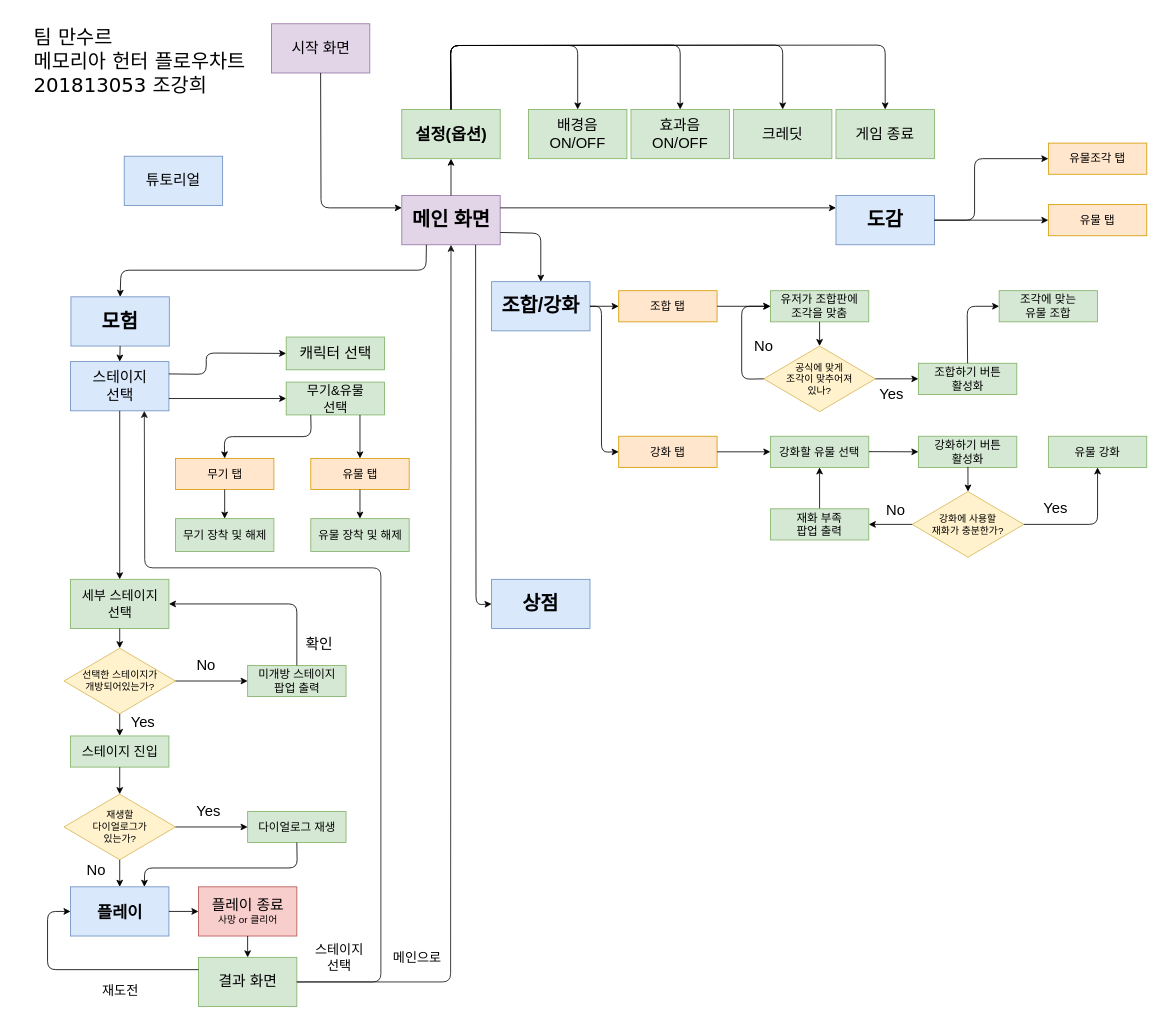
The draw.io diagram Untitled Diagram.drawio in dinenki71/UI, before the edit. Source tidied: cells renumbered, new cells numbered last; positions are measured from the earlier drawing's top-left corner, leaving out a move shared by most shapes. Both pictures are drawn from the tidied source at 82%, with x=0, y=0 at pixel (14, 14).
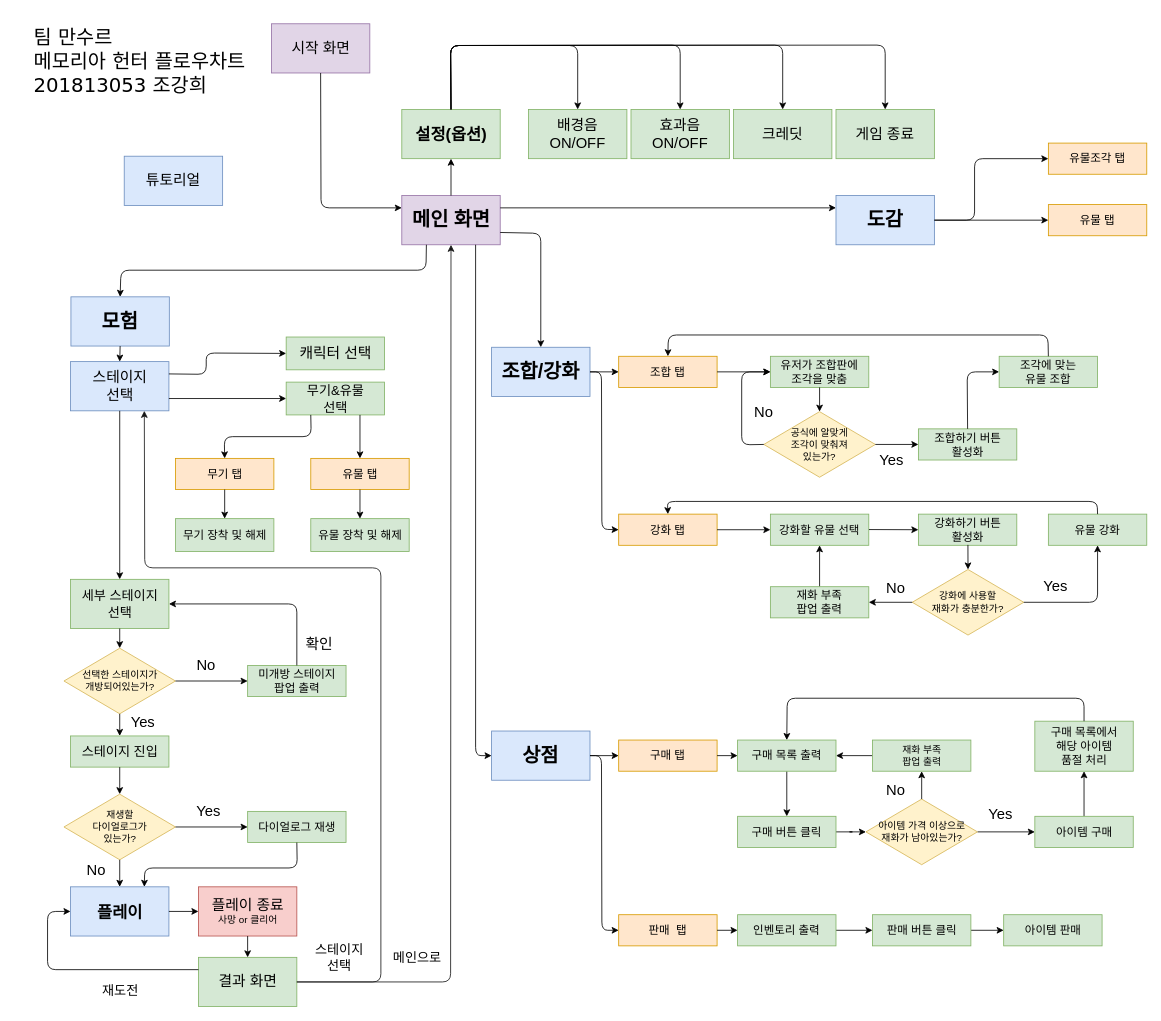
The same diagram, later.

The change refers to these unchanged cells:
```xml
<mxCell id="5" value="&lt;font style=&quot;font-size: 24px&quot;&gt;&lt;b&gt;메인 화면&lt;/b&gt;&lt;/font&gt;" style="rounded=0;whiteSpace=wrap;html=1;fillColor=#e1d5e7;strokeColor=#9673a6;" parent="1" vertex="1">
  <mxGeometry x="472.5" y="221" width="120" height="60" as="geometry" />
</mxCell>
```

What changed in the source:
```diff
@@
     <mxCell id="7" value="&lt;font size=&quot;1&quot;&gt;&lt;b style=&quot;font-size: 24px&quot;&gt;상점&lt;/b&gt;&lt;/font&gt;" style="rounded=0;whiteSpace=wrap;html=1;fillColor=#dae8fc;strokeColor=#6c8ebf;" parent="1" vertex="1">
-      <mxGeometry x="582" y="689" width="120" height="60" as="geometry" />
+      <mxGeometry x="582" y="874" width="120" height="60" as="geometry" />
     </mxCell>
@@
     <mxCell id="9" value="&lt;font&gt;&lt;font style=&quot;font-size: 24px&quot;&gt;&lt;b&gt;조합/강화&lt;/b&gt;&lt;/font&gt;&lt;/font&gt;" style="rounded=0;whiteSpace=wrap;html=1;fillColor=#dae8fc;strokeColor=#6c8ebf;" parent="1" vertex="1">
-      <mxGeometry x="582" y="326" width="120" height="60" as="geometry" />
+      <mxGeometry x="582" y="406" width="120" height="60" as="geometry" />
     </mxCell>
@@
     <mxCell id="67" style="endArrow=classic;html=1;strokeColor=#000000;exitX=0.75;exitY=1;exitDx=0;exitDy=0;entryX=0;entryY=0.5;entryDx=0;entryDy=0;" parent="1" edge="1" source="5" target="7">
       <mxGeometry relative="1" as="geometry">
         <Array as="points">
-          <mxPoint x="563" y="720" />
+          <mxPoint x="562.5" y="904" />
         </Array>
       </mxGeometry>
     </mxCell>
@@
     <mxCell id="72" value="&lt;font style=&quot;font-size: 14px&quot;&gt;강화 탭&lt;/font&gt;" style="rounded=0;whiteSpace=wrap;html=1;fillColor=#ffe6cc;strokeColor=#d79b00;" parent="1" vertex="1">
-      <mxGeometry x="737" y="514.5" width="120" height="38" as="geometry" />
+      <mxGeometry x="737" y="609.5" width="120" height="38" as="geometry" />
     </mxCell>
     <mxCell id="73" value="&lt;font style=&quot;font-size: 14px&quot;&gt;조합 탭&lt;/font&gt;" style="rounded=0;whiteSpace=wrap;html=1;fillColor=#ffe6cc;strokeColor=#d79b00;" parent="1" vertex="1">
-      <mxGeometry x="737" y="337" width="120" height="38" as="geometry" />
+      <mxGeometry x="737" y="417" width="120" height="38" as="geometry" />
     </mxCell>
@@
     <mxCell id="75" style="endArrow=classic;html=1;strokeColor=#000000;entryX=0;entryY=0.5;entryDx=0;entryDy=0;exitX=1;exitY=0.5;exitDx=0;exitDy=0;" parent="1" edge="1" source="9" target="72">
       <mxGeometry relative="1" as="geometry">
         <Array as="points">
-          <mxPoint x="716" y="356" />
-          <mxPoint x="716" y="534" />
+          <mxPoint x="716" y="436" />
+          <mxPoint x="716.5" y="628" />
         </Array>
       </mxGeometry>
     </mxCell>
-    <mxCell id="76" value="&lt;font style=&quot;font-size: 12px&quot;&gt;공식에 맞게&lt;br&gt;조각이 맞추어져&lt;br&gt;있나?&lt;/font&gt;&lt;br&gt;" style="rhombus;whiteSpace=wrap;html=1;fillColor=#fff2cc;strokeColor=#d6b656;" parent="1" vertex="1">
-      <mxGeometry x="914" y="404.5" width="136" height="80" as="geometry" />
+    <mxCell id="76" value="&lt;font style=&quot;font-size: 12px&quot;&gt;공식에 알맞게&lt;br&gt;조각이 맞춰져&lt;br&gt;있는가?&lt;/font&gt;&lt;br&gt;" style="rhombus;whiteSpace=wrap;html=1;fillColor=#fff2cc;strokeColor=#d6b656;" parent="1" vertex="1">
+      <mxGeometry x="914" y="484.5" width="136" height="80" as="geometry" />
     </mxCell>
     <mxCell id="77" value="&lt;span style=&quot;font-size: 14px&quot;&gt;유저가 조합판에&lt;br&gt;&lt;/span&gt;&lt;font style=&quot;font-size: 14px&quot;&gt;조각을 맞춤&lt;/font&gt;&lt;br&gt;" style="rounded=0;whiteSpace=wrap;html=1;fillColor=#d5e8d4;strokeColor=#82b366;" parent="1" vertex="1">
-      <mxGeometry x="922" y="337" width="120" height="38" as="geometry" />
+      <mxGeometry x="922" y="417" width="120" height="38" as="geometry" />
     </mxCell>
     <mxCell id="78" value="&lt;span style=&quot;font-size: 14px&quot;&gt;강화할 유물 선택&lt;/span&gt;&lt;br&gt;" style="rounded=0;whiteSpace=wrap;html=1;fillColor=#d5e8d4;strokeColor=#82b366;" parent="1" vertex="1">
-      <mxGeometry x="922" y="514.5" width="120" height="38" as="geometry" />
+      <mxGeometry x="922" y="609.5" width="120" height="38" as="geometry" />
     </mxCell>
@@
     <mxCell id="82" value="&lt;font style=&quot;font-size: 18px&quot;&gt;No&lt;/font&gt;" style="text;html=1;strokeColor=none;fillColor=none;align=center;verticalAlign=middle;whiteSpace=wrap;rounded=0;" parent="1" vertex="1">
-      <mxGeometry x="894" y="394.5" width="40" height="20" as="geometry" />
+      <mxGeometry x="894" y="474.5" width="40" height="20" as="geometry" />
     </mxCell>
     <mxCell id="83" value="&lt;font style=&quot;font-size: 18px&quot;&gt;Yes&lt;/font&gt;" style="text;html=1;strokeColor=none;fillColor=none;align=center;verticalAlign=middle;whiteSpace=wrap;rounded=0;" parent="1" vertex="1">
-      <mxGeometry x="1050" y="453.5" width="40" height="20" as="geometry" />
+      <mxGeometry x="1050" y="533.5" width="40" height="20" as="geometry" />
     </mxCell>
     <mxCell id="84" style="endArrow=classic;html=1;strokeColor=#000000;exitX=0;exitY=0.5;exitDx=0;exitDy=0;entryX=0;entryY=0.5;entryDx=0;entryDy=0;" parent="1" edge="1" source="76" target="77">
       <mxGeometry relative="1" as="geometry">
         <Array as="points">
-          <mxPoint x="887" y="445" />
-          <mxPoint x="887" y="356" />
+          <mxPoint x="887" y="525" />
+          <mxPoint x="887" y="436" />
         </Array>
       </mxGeometry>
     </mxCell>
     <mxCell id="85" value="&lt;font style=&quot;font-size: 14px&quot;&gt;조합하기 버튼&lt;br&gt;활성화&lt;/font&gt;&lt;br&gt;" style="rounded=0;whiteSpace=wrap;html=1;fillColor=#d5e8d4;strokeColor=#82b366;" parent="1" vertex="1">
-      <mxGeometry x="1102.5" y="425.5" width="120" height="38" as="geometry" />
+      <mxGeometry x="1102.5" y="505.5" width="120" height="38" as="geometry" />
     </mxCell>
@@
     <mxCell id="87" style="endArrow=classic;html=1;strokeColor=#000000;exitX=0.5;exitY=0;exitDx=0;exitDy=0;entryX=0;entryY=0.5;entryDx=0;entryDy=0;" parent="1" edge="1" source="85" target="88">
       <mxGeometry relative="1" as="geometry">
         <Array as="points">
-          <mxPoint x="1162" y="356" />
+          <mxPoint x="1162" y="436" />
         </Array>
       </mxGeometry>
     </mxCell>
     <mxCell id="88" value="&lt;font style=&quot;font-size: 14px&quot;&gt;조각에 맞는&lt;br&gt;유물 조합&lt;/font&gt;&lt;br&gt;" style="rounded=0;whiteSpace=wrap;html=1;fillColor=#d5e8d4;strokeColor=#82b366;" parent="1" vertex="1">
-      <mxGeometry x="1201" y="337" width="120" height="38" as="geometry" />
+      <mxGeometry x="1201" y="417" width="120" height="38" as="geometry" />
     </mxCell>
     <mxCell id="89" style="endArrow=classic;html=1;strokeColor=#000000;entryX=0;entryY=0.5;entryDx=0;entryDy=0;exitX=1;exitY=0.5;exitDx=0;exitDy=0;" parent="1" edge="1" target="90">
       <mxGeometry relative="1" as="geometry">
-        <mxPoint x="1042.2" y="533.3" as="sourcePoint" />
+        <mxPoint x="1042.2" y="628.3" as="sourcePoint" />
       </mxGeometry>
     </mxCell>
     <mxCell id="90" value="&lt;font style=&quot;font-size: 14px&quot;&gt;강화하기 버튼&lt;br&gt;활성화&lt;/font&gt;&lt;br&gt;" style="rounded=0;whiteSpace=wrap;html=1;fillColor=#d5e8d4;strokeColor=#82b366;" parent="1" vertex="1">
-      <mxGeometry x="1102.5" y="514.5" width="120" height="38" as="geometry" />
+      <mxGeometry x="1102.5" y="609.5" width="120" height="38" as="geometry" />
     </mxCell>
     <mxCell id="91" value="&lt;font style=&quot;font-size: 12px&quot;&gt;강화에 사용할&lt;br&gt;재화가 충분한가?&lt;/font&gt;&lt;br&gt;" style="rhombus;whiteSpace=wrap;html=1;fillColor=#fff2cc;strokeColor=#d6b656;" parent="1" vertex="1">
-      <mxGeometry x="1095" y="582" width="136" height="80" as="geometry" />
+      <mxGeometry x="1095" y="677" width="136" height="80" as="geometry" />
     </mxCell>
     <mxCell id="92" style="endArrow=classic;html=1;strokeColor=#000000;exitX=0.5;exitY=1;exitDx=0;exitDy=0;entryX=0.5;entryY=0;entryDx=0;entryDy=0;" parent="1" edge="1" target="91">
       <mxGeometry relative="1" as="geometry">
-        <mxPoint x="1162.9" y="552" as="sourcePoint" />
+        <mxPoint x="1162.9" y="647" as="sourcePoint" />
       </mxGeometry>
     </mxCell>
@@
     <mxCell id="94" value="&lt;span style=&quot;font-size: 14px&quot;&gt;유물 강화&lt;/span&gt;&lt;br&gt;" style="rounded=0;whiteSpace=wrap;html=1;fillColor=#d5e8d4;strokeColor=#82b366;" parent="1" vertex="1">
-      <mxGeometry x="1261" y="514.5" width="120" height="38" as="geometry" />
+      <mxGeometry x="1261" y="609.5" width="120" height="38" as="geometry" />
     </mxCell>
     <mxCell id="95" value="&lt;span style=&quot;font-size: 14px&quot;&gt;재화 부족&lt;br&gt;팝업 출력&lt;/span&gt;&lt;br&gt;" style="rounded=0;whiteSpace=wrap;html=1;fillColor=#d5e8d4;strokeColor=#82b366;" parent="1" vertex="1">
-      <mxGeometry x="922" y="603" width="120" height="38" as="geometry" />
+      <mxGeometry x="922" y="698" width="120" height="38" as="geometry" />
     </mxCell>
@@
     <mxCell id="97" value="&lt;font style=&quot;font-size: 18px&quot;&gt;No&lt;/font&gt;" style="text;html=1;strokeColor=none;fillColor=none;align=center;verticalAlign=middle;whiteSpace=wrap;rounded=0;" parent="1" vertex="1">
-      <mxGeometry x="1055" y="595" width="40" height="20" as="geometry" />
+      <mxGeometry x="1055" y="690" width="40" height="20" as="geometry" />
     </mxCell>
     <mxCell id="98" style="endArrow=classic;html=1;strokeColor=#000000;entryX=0.5;entryY=1;entryDx=0;entryDy=0;exitX=1;exitY=0.5;exitDx=0;exitDy=0;" parent="1" edge="1" source="91" target="94">
       <mxGeometry relative="1" as="geometry">
         <Array as="points">
-          <mxPoint x="1321" y="622" />
+          <mxPoint x="1321" y="717" />
         </Array>
       </mxGeometry>
     </mxCell>
     <mxCell id="99" value="&lt;font style=&quot;font-size: 18px&quot;&gt;Yes&lt;/font&gt;" style="text;html=1;strokeColor=none;fillColor=none;align=center;verticalAlign=middle;whiteSpace=wrap;rounded=0;" parent="1" vertex="1">
-      <mxGeometry x="1250" y="593" width="40" height="20" as="geometry" />
+      <mxGeometry x="1250" y="688" width="40" height="20" as="geometry" />
     </mxCell>
@@
+    <mxCell id="102" value="&lt;font style=&quot;font-size: 14px&quot;&gt;판매&amp;nbsp; 탭&lt;/font&gt;" style="rounded=0;whiteSpace=wrap;html=1;fillColor=#ffe6cc;strokeColor=#d79b00;" parent="1" vertex="1">
+      <mxGeometry x="737" y="1098" width="120" height="38" as="geometry" />
+    </mxCell>
+    <mxCell id="103" value="&lt;font style=&quot;font-size: 14px&quot;&gt;구매 탭&lt;/font&gt;" style="rounded=0;whiteSpace=wrap;html=1;fillColor=#ffe6cc;strokeColor=#d79b00;" parent="1" vertex="1">
+      <mxGeometry x="737" y="885" width="120" height="38" as="geometry" />
+    </mxCell>
+    <mxCell id="104" style="endArrow=classic;html=1;strokeColor=#000000;exitX=1;exitY=0.5;exitDx=0;exitDy=0;entryX=0;entryY=0.5;entryDx=0;entryDy=0;" parent="1" edge="1" source="7" target="103">
+      <mxGeometry relative="1" as="geometry" />
+    </mxCell>
+    <mxCell id="105" style="endArrow=classic;html=1;strokeColor=#000000;exitX=1;exitY=0.5;exitDx=0;exitDy=0;entryX=0;entryY=0.5;entryDx=0;entryDy=0;" parent="1" edge="1" source="7" target="102">
+      <mxGeometry relative="1" as="geometry">
+        <Array as="points">
+          <mxPoint x="716" y="904" />
+          <mxPoint x="716.5" y="1117" />
+        </Array>
+      </mxGeometry>
+    </mxCell>
+    <mxCell id="106" style="edgeStyle=orthogonalEdgeStyle;rounded=0;jettySize=auto;html=1;strokeColor=#000000;" parent="1" edge="1" source="107" target="113">
+      <mxGeometry relative="1" as="geometry" />
+    </mxCell>
+    <mxCell id="107" value="&lt;span style=&quot;font-size: 14px&quot;&gt;구매 목록 출력&lt;/span&gt;&lt;br&gt;" style="rounded=0;whiteSpace=wrap;html=1;fillColor=#d5e8d4;strokeColor=#82b366;" parent="1" vertex="1">
+      <mxGeometry x="882" y="885" width="120" height="38" as="geometry" />
+    </mxCell>
+    <mxCell id="108" style="edgeStyle=orthogonalEdgeStyle;rounded=0;jettySize=auto;html=1;strokeColor=#000000;" parent="1" edge="1" source="109" target="128">
+      <mxGeometry relative="1" as="geometry" />
+    </mxCell>
+    <mxCell id="109" value="&lt;span style=&quot;font-size: 14px&quot;&gt;인벤토리 출력&lt;/span&gt;&lt;br&gt;" style="rounded=0;whiteSpace=wrap;html=1;fillColor=#d5e8d4;strokeColor=#82b366;" parent="1" vertex="1">
+      <mxGeometry x="882" y="1098" width="120" height="38" as="geometry" />
+    </mxCell>
+    <mxCell id="110" style="endArrow=classic;html=1;strokeColor=#000000;exitX=1;exitY=0.5;exitDx=0;exitDy=0;entryX=0;entryY=0.5;entryDx=0;entryDy=0;" parent="1" edge="1" source="103" target="107">
+      <mxGeometry relative="1" as="geometry" />
+    </mxCell>
+    <mxCell id="111" style="endArrow=classic;html=1;strokeColor=#000000;entryX=0;entryY=0.5;entryDx=0;entryDy=0;exitX=1;exitY=0.5;exitDx=0;exitDy=0;" parent="1" edge="1" source="102" target="109">
+      <mxGeometry relative="1" as="geometry" />
+    </mxCell>
+    <mxCell id="112" style="edgeStyle=orthogonalEdgeStyle;rounded=0;jettySize=auto;html=1;strokeColor=#000000;entryX=0;entryY=0.5;entryDx=0;entryDy=0;" parent="1" edge="1" source="113" target="115">
+      <mxGeometry relative="1" as="geometry" />
+    </mxCell>
+    <mxCell id="113" value="&lt;span style=&quot;font-size: 14px&quot;&gt;구매 버튼 클릭&lt;/span&gt;&lt;br&gt;" style="rounded=0;whiteSpace=wrap;html=1;fillColor=#d5e8d4;strokeColor=#82b366;" parent="1" vertex="1">
+      <mxGeometry x="882" y="978" width="120" height="38" as="geometry" />
+    </mxCell>
+    <mxCell id="114" style="edgeStyle=orthogonalEdgeStyle;rounded=0;jettySize=auto;html=1;strokeColor=#000000;" parent="1" edge="1" source="115" target="117">
+      <mxGeometry relative="1" as="geometry" />
+    </mxCell>
+    <mxCell id="115" value="아이템 가격 이상으로&lt;br&gt;재화가 남아있는가?&lt;br&gt;" style="rhombus;whiteSpace=wrap;html=1;fillColor=#fff2cc;strokeColor=#d6b656;" parent="1" vertex="1">
+      <mxGeometry x="1038.5" y="957" width="136" height="80" as="geometry" />
+    </mxCell>
+    <mxCell id="116" style="edgeStyle=orthogonalEdgeStyle;rounded=0;jettySize=auto;html=1;strokeColor=#000000;" parent="1" edge="1" source="117" target="118">
+      <mxGeometry relative="1" as="geometry">
+        <Array as="points">
+          <mxPoint x="1305" y="978" />
+          <mxPoint x="1305" y="978" />
+        </Array>
+      </mxGeometry>
+    </mxCell>
+    <mxCell id="117" value="&lt;span style=&quot;font-size: 14px&quot;&gt;아이템 구매&lt;/span&gt;" style="rounded=0;whiteSpace=wrap;html=1;fillColor=#d5e8d4;strokeColor=#82b366;" parent="1" vertex="1">
+      <mxGeometry x="1244.5" y="978" width="120" height="38" as="geometry" />
+    </mxCell>
+    <mxCell id="118" value="&lt;span style=&quot;font-size: 14px&quot;&gt;구매 목록에서&lt;br&gt;해당 아이템&lt;br&gt;품절 처리&lt;br&gt;&lt;/span&gt;" style="rounded=0;whiteSpace=wrap;html=1;fillColor=#d5e8d4;strokeColor=#82b366;" parent="1" vertex="1">
+      <mxGeometry x="1244.5" y="862" width="120" height="61" as="geometry" />
+    </mxCell>
+    <mxCell id="119" style="edgeStyle=orthogonalEdgeStyle;rounded=0;jettySize=auto;html=1;strokeColor=#000000;" parent="1" edge="1" source="120" target="107">
+      <mxGeometry relative="1" as="geometry" />
+    </mxCell>
+    <mxCell id="120" value="&lt;span&gt;재화 부족&lt;/span&gt;&lt;br&gt;&lt;span&gt;팝업 출력&lt;/span&gt;&lt;br&gt;" style="rounded=0;whiteSpace=wrap;html=1;fillColor=#d5e8d4;strokeColor=#82b366;" parent="1" vertex="1">
+      <mxGeometry x="1046.5" y="885" width="120" height="38" as="geometry" />
+    </mxCell>
+    <mxCell id="121" style="endArrow=classic;html=1;strokeColor=#000000;exitX=0.5;exitY=0;exitDx=0;exitDy=0;entryX=0.5;entryY=1;entryDx=0;entryDy=0;" parent="1" edge="1" source="115" target="120">
+      <mxGeometry relative="1" as="geometry" />
+    </mxCell>
+    <mxCell id="122" value="&lt;font style=&quot;font-size: 18px&quot;&gt;No&lt;/font&gt;" style="text;html=1;strokeColor=none;fillColor=none;align=center;verticalAlign=middle;whiteSpace=wrap;rounded=0;" parent="1" vertex="1">
+      <mxGeometry x="1055" y="937" width="40" height="20" as="geometry" />
+    </mxCell>
+    <mxCell id="123" value="&lt;font style=&quot;font-size: 18px&quot;&gt;Yes&lt;/font&gt;" style="text;html=1;strokeColor=none;fillColor=none;align=center;verticalAlign=middle;whiteSpace=wrap;rounded=0;" parent="1" vertex="1">
+      <mxGeometry x="1182.5" y="966" width="40" height="20" as="geometry" />
+    </mxCell>
+    <mxCell id="124" style="endArrow=classic;html=1;strokeColor=#000000;entryX=0.5;entryY=0;entryDx=0;entryDy=0;exitX=0.5;exitY=0;exitDx=0;exitDy=0;" parent="1" edge="1" source="88" target="73">
+      <mxGeometry relative="1" as="geometry">
+        <Array as="points">
+          <mxPoint x="1260.5" y="391" />
+          <mxPoint x="797.5" y="391" />
+        </Array>
+      </mxGeometry>
+    </mxCell>
+    <mxCell id="125" style="endArrow=classic;html=1;strokeColor=#000000;exitX=0.5;exitY=0;exitDx=0;exitDy=0;entryX=0.5;entryY=0;entryDx=0;entryDy=0;" parent="1" edge="1" source="94" target="72">
+      <mxGeometry relative="1" as="geometry">
+        <Array as="points">
+          <mxPoint x="1320.5" y="594" />
+          <mxPoint x="796.5" y="594" />
+        </Array>
+      </mxGeometry>
+    </mxCell>
+    <mxCell id="126" style="endArrow=classic;html=1;strokeColor=#000000;exitX=0.5;exitY=0;exitDx=0;exitDy=0;entryX=0.5;entryY=0;entryDx=0;entryDy=0;" parent="1" edge="1" source="118" target="107">
+      <mxGeometry relative="1" as="geometry">
+        <Array as="points">
+          <mxPoint x="1304.5" y="834" />
+          <mxPoint x="942.5" y="834" />
+        </Array>
+      </mxGeometry>
+    </mxCell>
+    <mxCell id="127" style="edgeStyle=orthogonalEdgeStyle;rounded=0;jettySize=auto;html=1;strokeColor=#000000;" parent="1" edge="1" source="128" target="129">
+      <mxGeometry relative="1" as="geometry" />
+    </mxCell>
+    <mxCell id="128" value="&lt;span style=&quot;font-size: 14px&quot;&gt;판매 버튼 클릭&lt;/span&gt;&lt;br&gt;" style="rounded=0;whiteSpace=wrap;html=1;fillColor=#d5e8d4;strokeColor=#82b366;" parent="1" vertex="1">
+      <mxGeometry x="1046.5" y="1098" width="120" height="38" as="geometry" />
+    </mxCell>
+    <mxCell id="129" value="&lt;span style=&quot;font-size: 14px&quot;&gt;아이템 판매&lt;/span&gt;&lt;br&gt;" style="rounded=0;whiteSpace=wrap;html=1;fillColor=#d5e8d4;strokeColor=#82b366;" parent="1" vertex="1">
+      <mxGeometry x="1206.5" y="1098" width="120" height="38" as="geometry" />
+    </mxCell>
```
